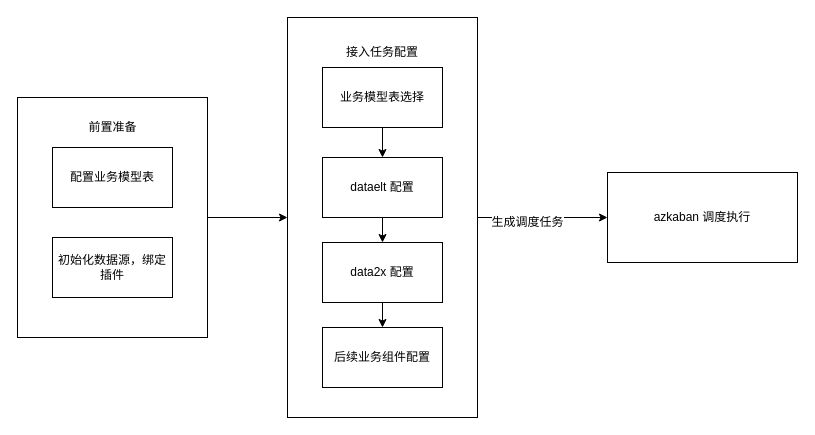
junjun888/flow-chat keeps this draw.io diagram as 数据接入平台流程图.drawio. Above is the earlier version. Source tidied: cells renumbered, new cells numbered last; positions are measured from the earlier drawing's top-left corner, leaving out a move shared by most shapes. Both pictures are drawn from the tidied source at 100%, with x=0, y=0 at pixel (17, 17).
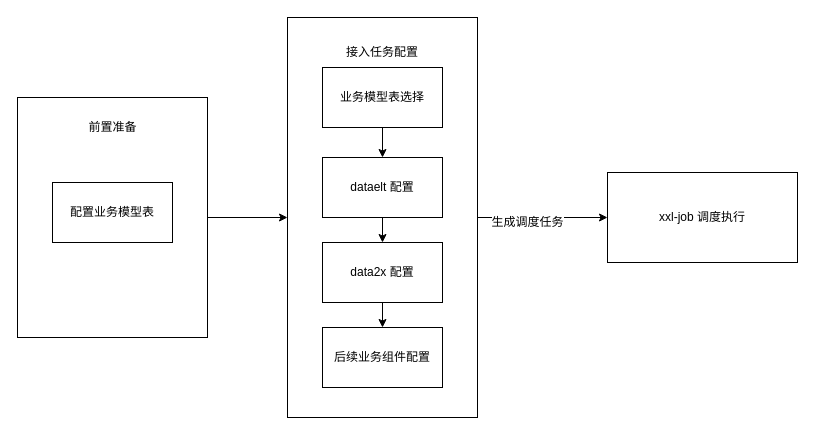
The same page after the edit.

Commit message:
更新数据接入平台流程图.drawio

The edit, as a diff of the source:
```diff
@@
-    <mxCell id="7" value="azkaban&amp;nbsp;调度执行" style="rounded=0;whiteSpace=wrap;html=1;" parent="1" vertex="1">
+    <mxCell id="7" value="xxl-job 调度执行" style="rounded=0;whiteSpace=wrap;html=1;" parent="1" vertex="1">
       <mxGeometry x="590" y="155" width="190" height="90" as="geometry" />
     </mxCell>
     <mxCell id="8" value="配置业务模型表" style="rounded=0;whiteSpace=wrap;html=1;" parent="1" vertex="1">
-      <mxGeometry x="35" y="130" width="120" height="60" as="geometry" />
+      <mxGeometry x="35" y="165" width="120" height="60" as="geometry" />
     </mxCell>
-    <mxCell id="9" value="初始化数据源，绑定插件" style="rounded=0;whiteSpace=wrap;html=1;" parent="1" vertex="1">
-      <mxGeometry x="35" y="220" width="120" height="60" as="geometry" />
-    </mxCell>
```
